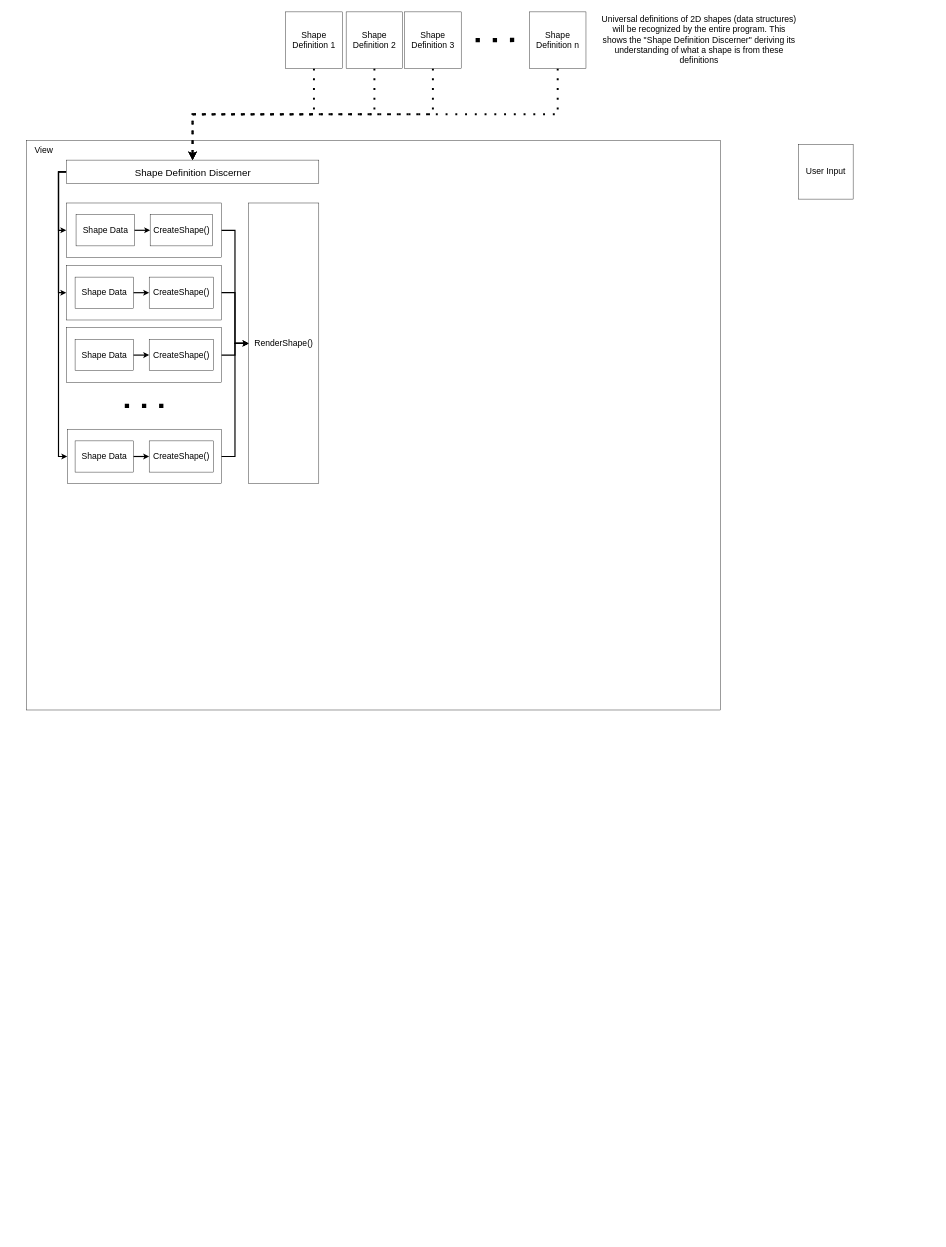
Earlier version of the draw.io diagram documentation/Architectural Diagrams/View Architecture.drawio (Argyraspides/Telos). Source tidied: cells renumbered, new cells numbered last; positions are measured from the earlier drawing's top-left corner, leaving out a move shared by most shapes. Both pictures are drawn from the tidied source at 39%, with x=0, y=0 at pixel (26, 6).
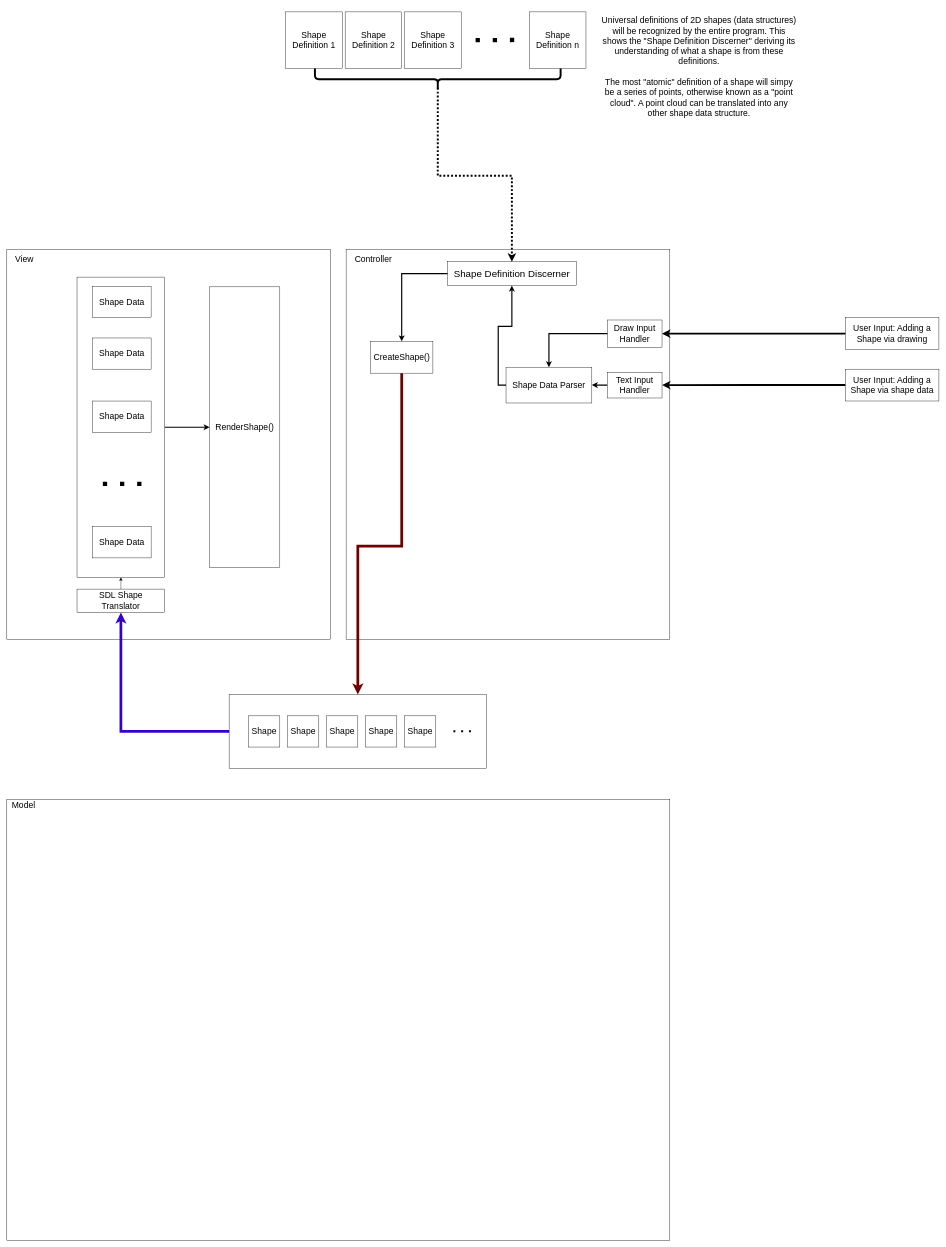
The same diagram, later.

Commit message (it also covers changes not shown here):
Separated view and controller as per architecture

What changed in the source:
```diff
@@
-    <mxCell id="2" style="rounded=0;whiteSpace=wrap;html=1;" parent="1" vertex="1">
-      <mxGeometry y="344" width="1780" height="1460" as="geometry" />
-    </mxCell>
-    <mxCell id="3" style="edgeStyle=orthogonalEdgeStyle;rounded=0;jettySize=auto;html=1;exitX=0.5;exitY=1;exitDx=0;exitDy=0;entryX=0.5;entryY=0;entryDx=0;entryDy=0;strokeWidth=5;dashed=1;dashPattern=1 4;" parent="1" edge="1" source="4" target="16">
-      <mxGeometry relative="1" as="geometry">
-        <Array as="points">
-          <mxPoint x="738" y="277" />
-          <mxPoint x="426" y="277" />
-        </Array>
-      </mxGeometry>
-    </mxCell>
+    <mxCell id="39" value="&lt;span style=&quot;font-size: 22px;&quot;&gt;Universal definitions of 2D shapes (data structures) will be recognized by the entire program. This shows the &quot;Shape Definition Discerner&quot; deriving its understanding of what a shape is from these definitions.&lt;br&gt;&lt;br&gt;The most &quot;atomic&quot; definition of a shape will simpy be a series of points, otherwise known as a &quot;point cloud&quot;. A point cloud can be translated into any other shape data structure.&lt;br&gt;&lt;/span&gt;" style="text;html=1;strokeColor=none;fillColor=none;align=center;verticalAlign=middle;whiteSpace=wrap;rounded=0;" parent="1" vertex="1">
+      <mxGeometry x="1470" y="14" width="510" height="282.5" as="geometry" />
+    </mxCell>
+    <mxCell id="41" style="group;" parent="1" vertex="1">
+      <mxGeometry x="520" y="1764" width="660" height="190" as="geometry" />
+    </mxCell>
+    <mxCell id="42" style="rounded=0;whiteSpace=wrap;html=1;" parent="41" vertex="1">
+      <mxGeometry width="660" height="190" as="geometry" />
+    </mxCell>
+    <mxCell id="43" value="Shape" style="whiteSpace=wrap;html=1;fontSize=22;" parent="41" vertex="1">
+      <mxGeometry x="450" y="55" width="80" height="80" as="geometry" />
+    </mxCell>
+    <mxCell id="44" value="Shape" style="whiteSpace=wrap;html=1;fontSize=22;" parent="41" vertex="1">
+      <mxGeometry x="350" y="55" width="80" height="80" as="geometry" />
+    </mxCell>
+    <mxCell id="45" value="Shape" style="whiteSpace=wrap;html=1;fontSize=22;" parent="41" vertex="1">
+      <mxGeometry x="250" y="55" width="80" height="80" as="geometry" />
+    </mxCell>
+    <mxCell id="46" style="endArrow=none;dashed=1;html=1;dashPattern=1 3;strokeWidth=5;rounded=0;" parent="41" edge="1">
+      <mxGeometry relative="1" as="geometry">
+        <mxPoint x="620" y="94.7" as="sourcePoint" />
+        <mxPoint x="560" y="94.7" as="targetPoint" />
+      </mxGeometry>
+    </mxCell>
+    <mxCell id="47" value="Shape" style="whiteSpace=wrap;html=1;fontSize=22;" parent="41" vertex="1">
+      <mxGeometry x="150" y="55" width="80" height="80" as="geometry" />
+    </mxCell>
+    <mxCell id="48" value="Shape" style="whiteSpace=wrap;html=1;fontSize=22;" parent="41" vertex="1">
+      <mxGeometry x="50" y="55" width="80" height="80" as="geometry" />
+    </mxCell>
+    <mxCell id="49" style="group;" parent="1" vertex="1">
+      <mxGeometry x="-50" y="2034" width="1700" height="1130" as="geometry" />
+    </mxCell>
+    <mxCell id="50" style="rounded=0;whiteSpace=wrap;html=1;" parent="49" vertex="1">
+      <mxGeometry width="1700" height="1130" as="geometry" />
+    </mxCell>
+    <mxCell id="51" value="&lt;font style=&quot;font-size: 22px;&quot;&gt;Model&lt;/font&gt;" style="text;html=1;strokeColor=none;fillColor=none;align=center;verticalAlign=middle;whiteSpace=wrap;rounded=0;" parent="49" vertex="1">
+      <mxGeometry width="86" height="32.8" as="geometry" />
+    </mxCell>
+    <mxCell id="52" style="group;" parent="1" vertex="1">
+      <mxGeometry x="665" y="14" width="770" height="200" as="geometry" />
+    </mxCell>
-    <mxCell id="4" value="&lt;font style=&quot;font-size: 22px;&quot;&gt;Shape Definition 1&lt;/font&gt;" style="whiteSpace=wrap;html=1;" parent="1" vertex="1">
-      <mxGeometry x="665" y="14" width="145" height="145" as="geometry" />
+    <mxCell id="4" value="&lt;font style=&quot;font-size: 22px;&quot;&gt;Shape Definition 1&lt;/font&gt;" style="whiteSpace=wrap;html=1;" parent="52" vertex="1">
+      <mxGeometry width="145" height="145" as="geometry" />
     </mxCell>
-    <mxCell id="5" value="&lt;font style=&quot;font-size: 22px;&quot;&gt;View&lt;/font&gt;" style="text;html=1;strokeColor=none;fillColor=none;align=center;verticalAlign=middle;whiteSpace=wrap;rounded=0;" parent="1" vertex="1">
-      <mxGeometry y="344" width="90" height="50" as="geometry" />
-    </mxCell>
-    <mxCell id="6" style="edgeStyle=orthogonalEdgeStyle;rounded=0;jettySize=auto;html=1;exitX=0.5;exitY=1;exitDx=0;exitDy=0;entryX=0.5;entryY=0;entryDx=0;entryDy=0;strokeWidth=5;dashed=1;dashPattern=1 4;" parent="1" edge="1" source="7" target="16">
-      <mxGeometry relative="1" as="geometry" />
-    </mxCell>
-    <mxCell id="7" value="&lt;font style=&quot;font-size: 22px;&quot;&gt;Shape Definition 2&lt;/font&gt;" style="whiteSpace=wrap;html=1;" parent="1" vertex="1">
-      <mxGeometry x="820" y="14" width="145" height="145" as="geometry" />
+    <mxCell id="7" value="&lt;font style=&quot;font-size: 22px;&quot;&gt;Shape Definition 2&lt;/font&gt;" style="whiteSpace=wrap;html=1;" parent="52" vertex="1">
+      <mxGeometry x="152.5" width="145" height="145" as="geometry" />
     </mxCell>
-    <mxCell id="8" style="edgeStyle=orthogonalEdgeStyle;rounded=0;jettySize=auto;html=1;exitX=0.5;exitY=1;exitDx=0;exitDy=0;entryX=0.5;entryY=0;entryDx=0;entryDy=0;strokeWidth=5;dashed=1;dashPattern=1 4;" parent="1" edge="1" source="9" target="16">
-      <mxGeometry relative="1" as="geometry" />
-    </mxCell>
-    <mxCell id="9" value="&lt;font style=&quot;font-size: 22px;&quot;&gt;Shape Definition 3&lt;/font&gt;" style="whiteSpace=wrap;html=1;" parent="1" vertex="1">
-      <mxGeometry x="970" y="14" width="145" height="145" as="geometry" />
+    <mxCell id="9" value="&lt;font style=&quot;font-size: 22px;&quot;&gt;Shape Definition 3&lt;/font&gt;" style="whiteSpace=wrap;html=1;" parent="52" vertex="1">
+      <mxGeometry x="305" width="145" height="145" as="geometry" />
     </mxCell>
-    <mxCell id="10" style="endArrow=none;dashed=1;html=1;dashPattern=1 3;strokeWidth=11;rounded=0;" parent="1" edge="1">
+    <mxCell id="10" style="endArrow=none;dashed=1;html=1;dashPattern=1 3;strokeWidth=11;rounded=0;" parent="52" edge="1">
       <mxGeometry relative="1" as="geometry">
-        <mxPoint x="1251" y="86" as="sourcePoint" />
-        <mxPoint x="1151" y="86.3" as="targetPoint" />
+        <mxPoint x="586" y="72" as="sourcePoint" />
+        <mxPoint x="486" y="72.3" as="targetPoint" />
       </mxGeometry>
     </mxCell>
-    <mxCell id="11" style="edgeStyle=orthogonalEdgeStyle;rounded=0;jettySize=auto;html=1;exitX=0.5;exitY=1;exitDx=0;exitDy=0;entryX=0.5;entryY=0;entryDx=0;entryDy=0;strokeWidth=5;dashed=1;dashPattern=1 4;" parent="1" edge="1" source="12" target="16">
-      <mxGeometry relative="1" as="geometry" />
-    </mxCell>
-    <mxCell id="12" value="&lt;font style=&quot;font-size: 22px;&quot;&gt;Shape Definition n&lt;/font&gt;" style="whiteSpace=wrap;html=1;" parent="1" vertex="1">
-      <mxGeometry x="1290" y="14" width="145" height="145" as="geometry" />
+    <mxCell id="12" value="&lt;font style=&quot;font-size: 22px;&quot;&gt;Shape Definition n&lt;/font&gt;" style="whiteSpace=wrap;html=1;" parent="52" vertex="1">
+      <mxGeometry x="625" width="145" height="145" as="geometry" />
     </mxCell>
-    <mxCell id="13" style="edgeStyle=orthogonalEdgeStyle;rounded=0;jettySize=auto;html=1;exitX=0;exitY=0.5;exitDx=0;exitDy=0;entryX=0;entryY=0.5;entryDx=0;entryDy=0;strokeWidth=3;" parent="1" edge="1" source="16" target="19">
-      <mxGeometry relative="1" as="geometry" />
-    </mxCell>
-    <mxCell id="14" style="edgeStyle=orthogonalEdgeStyle;rounded=0;jettySize=auto;html=1;exitX=0;exitY=0.5;exitDx=0;exitDy=0;entryX=0;entryY=0.5;entryDx=0;entryDy=0;strokeWidth=3;" parent="1" edge="1" source="16" target="24">
-      <mxGeometry relative="1" as="geometry" />
-    </mxCell>
-    <mxCell id="15" style="edgeStyle=orthogonalEdgeStyle;rounded=0;jettySize=auto;html=1;exitX=0;exitY=0.5;exitDx=0;exitDy=0;entryX=0;entryY=0.5;entryDx=0;entryDy=0;strokeWidth=3;" parent="1" edge="1" source="16" target="34">
-      <mxGeometry relative="1" as="geometry" />
-    </mxCell>
+    <mxCell id="53" style="shape=curlyBracket;whiteSpace=wrap;html=1;rounded=1;flipH=1;labelPosition=right;verticalLabelPosition=middle;align=left;verticalAlign=middle;direction=north;size=0.5;strokeWidth=5;" parent="52" vertex="1">
+      <mxGeometry x="75" y="145" width="630" height="55" as="geometry" />
+    </mxCell>
+    <mxCell id="54" style="rounded=0;whiteSpace=wrap;html=1;" parent="1" vertex="1">
+      <mxGeometry x="820" y="624" width="830" height="1000" as="geometry" />
+    </mxCell>
     <mxCell id="16" value="Shape Definition Discerner" style="rounded=0;whiteSpace=wrap;html=1;fontSize=25;" parent="1" vertex="1">
-      <mxGeometry x="102.5" y="394" width="647.5" height="60" as="geometry" />
+      <mxGeometry x="1080" y="654.6" width="330" height="61.2" as="geometry" />
     </mxCell>
+    <mxCell id="21" value="&lt;font style=&quot;font-size: 22px;&quot;&gt;CreateShape()&lt;/font&gt;" style="rounded=0;whiteSpace=wrap;html=1;" parent="1" vertex="1">
+      <mxGeometry x="882.5" y="858.7" width="160" height="81.6" as="geometry" />
+    </mxCell>
+    <mxCell id="55" style="edgeStyle=orthogonalEdgeStyle;rounded=0;jettySize=auto;html=1;exitX=0;exitY=0.5;exitDx=0;exitDy=0;entryX=0.5;entryY=0;entryDx=0;entryDy=0;strokeWidth=3;" parent="1" edge="1" source="16" target="21">
+      <mxGeometry relative="1" as="geometry" />
+    </mxCell>
+    <mxCell id="56" value="Draw Input&lt;br&gt;Handler" style="rounded=0;whiteSpace=wrap;html=1;fontSize=22;" parent="1" vertex="1">
+      <mxGeometry x="1490" y="804" width="140" height="70" as="geometry" />
+    </mxCell>
+    <mxCell id="57" style="edgeStyle=orthogonalEdgeStyle;rounded=0;jettySize=auto;html=1;exitX=0;exitY=0.5;exitDx=0;exitDy=0;entryX=0.5;entryY=1;entryDx=0;entryDy=0;strokeWidth=3;" parent="1" edge="1" source="58" target="16">
+      <mxGeometry relative="1" as="geometry" />
+    </mxCell>
+    <mxCell id="58" value="Shape Data Parser" style="rounded=0;whiteSpace=wrap;html=1;fontSize=22;" parent="1" vertex="1">
+      <mxGeometry x="1230" y="925" width="220" height="91.8" as="geometry" />
+    </mxCell>
+    <mxCell id="59" style="edgeStyle=orthogonalEdgeStyle;rounded=0;jettySize=auto;html=1;exitX=0;exitY=0.5;exitDx=0;exitDy=0;entryX=0.5;entryY=0;entryDx=0;entryDy=0;strokeWidth=3;" parent="1" edge="1" source="56" target="58">
+      <mxGeometry relative="1" as="geometry" />
+    </mxCell>
+    <mxCell id="60" value="User Input: Adding a Shape via drawing" style="rounded=0;whiteSpace=wrap;html=1;fontSize=22;" parent="1" vertex="1">
+      <mxGeometry x="2100" y="798.2" width="240" height="81.6" as="geometry" />
+    </mxCell>
+    <mxCell id="61" style="edgeStyle=orthogonalEdgeStyle;rounded=0;jettySize=auto;html=1;exitX=0;exitY=0.5;exitDx=0;exitDy=0;entryX=1;entryY=0.5;entryDx=0;entryDy=0;strokeWidth=5;" parent="1" edge="1" source="60" target="56">
+      <mxGeometry relative="1" as="geometry" />
+    </mxCell>
+    <mxCell id="62" value="User Input: Adding a Shape via shape data" style="rounded=0;whiteSpace=wrap;html=1;fontSize=22;" parent="1" vertex="1">
+      <mxGeometry x="2100" y="930.1" width="240" height="81.6" as="geometry" />
+    </mxCell>
+    <mxCell id="63" style="edgeStyle=orthogonalEdgeStyle;rounded=0;jettySize=auto;html=1;exitX=0;exitY=0.5;exitDx=0;exitDy=0;entryX=1;entryY=0.5;entryDx=0;entryDy=0;strokeWidth=3;" parent="1" edge="1" source="64" target="58">
+      <mxGeometry relative="1" as="geometry" />
+    </mxCell>
+    <mxCell id="64" value="Text Input&lt;br&gt;Handler" style="rounded=0;whiteSpace=wrap;html=1;fontSize=22;" parent="1" vertex="1">
+      <mxGeometry x="1490" y="937.9" width="140" height="66.1" as="geometry" />
+    </mxCell>
+    <mxCell id="65" style="edgeStyle=orthogonalEdgeStyle;rounded=0;jettySize=auto;html=1;exitX=0;exitY=0.5;exitDx=0;exitDy=0;entryX=1;entryY=0.5;entryDx=0;entryDy=0;strokeWidth=5;" parent="1" edge="1" source="62" target="64">
+      <mxGeometry relative="1" as="geometry" />
+    </mxCell>
+    <mxCell id="66" value="&lt;font style=&quot;font-size: 22px;&quot;&gt;Controller&lt;/font&gt;" style="text;html=1;strokeColor=none;fillColor=none;align=center;verticalAlign=middle;whiteSpace=wrap;rounded=0;" parent="1" vertex="1">
+      <mxGeometry x="820" y="624" width="140" height="51" as="geometry" />
+    </mxCell>
+    <mxCell id="67" style="edgeStyle=orthogonalEdgeStyle;rounded=0;jettySize=auto;html=1;exitX=0.5;exitY=1;exitDx=0;exitDy=0;entryX=0.5;entryY=0;entryDx=0;entryDy=0;fillColor=#a20025;strokeColor=#6F0000;strokeWidth=7;" parent="1" edge="1" source="21" target="42">
+      <mxGeometry relative="1" as="geometry">
+        <Array as="points">
+          <mxPoint x="963" y="1384" />
+          <mxPoint x="850" y="1384" />
+          <mxPoint x="850" y="1754" />
+        </Array>
+      </mxGeometry>
+    </mxCell>
+    <mxCell id="68" style="edgeStyle=orthogonalEdgeStyle;rounded=0;jettySize=auto;html=1;entryX=0.5;entryY=0;entryDx=0;entryDy=0;strokeWidth=5;dashed=1;dashPattern=1 1;exitX=0.1;exitY=0.5;exitDx=0;exitDy=0;exitPerimeter=0;" parent="1" edge="1" source="53" target="16">
+      <mxGeometry relative="1" as="geometry" />
+    </mxCell>
+    <mxCell id="2" style="rounded=0;whiteSpace=wrap;html=1;" parent="1" vertex="1">
+      <mxGeometry x="-50" y="624" width="830" height="1000" as="geometry" />
+    </mxCell>
+    <mxCell id="5" value="&lt;font style=&quot;font-size: 22px;&quot;&gt;View&lt;/font&gt;" style="text;html=1;strokeColor=none;fillColor=none;align=center;verticalAlign=middle;whiteSpace=wrap;rounded=0;" parent="1" vertex="1">
+      <mxGeometry x="-50" y="624" width="90" height="50" as="geometry" />
+    </mxCell>
+    <mxCell id="38" value="&lt;font style=&quot;font-size: 22px;&quot;&gt;RenderShape()&lt;/font&gt;" style="rounded=0;whiteSpace=wrap;html=1;" parent="1" vertex="1">
+      <mxGeometry x="470" y="719" width="180" height="720" as="geometry" />
+    </mxCell>
+    <mxCell id="69" style="edgeStyle=orthogonalEdgeStyle;rounded=0;jettySize=auto;html=1;exitX=1;exitY=0.5;exitDx=0;exitDy=0;entryX=0;entryY=0.5;entryDx=0;entryDy=0;strokeWidth=3;" parent="1" edge="1" source="70" target="38">
+      <mxGeometry relative="1" as="geometry" />
+    </mxCell>
+    <mxCell id="70" style="rounded=0;whiteSpace=wrap;html=1;" parent="1" vertex="1">
+      <mxGeometry x="130" y="694" width="225" height="770" as="geometry" />
+    </mxCell>
     <mxCell id="17" style="endArrow=none;dashed=1;html=1;dashPattern=1 3;strokeWidth=11;rounded=0;" parent="1" edge="1">
       <mxGeometry relative="1" as="geometry">
-        <mxPoint x="351.5" y="1024" as="sourcePoint" />
-        <mxPoint x="251" y="1024.3" as="targetPoint" />
+        <mxPoint x="295.2" y="1224" as="sourcePoint" />
+        <mxPoint x="194.8" y="1224.3" as="targetPoint" />
       </mxGeometry>
     </mxCell>
-    <mxCell id="18" style="edgeStyle=orthogonalEdgeStyle;rounded=0;jettySize=auto;html=1;exitX=1;exitY=0.5;exitDx=0;exitDy=0;entryX=0;entryY=0.5;entryDx=0;entryDy=0;strokeWidth=3;" parent="1" edge="1" source="19" target="38">
-      <mxGeometry relative="1" as="geometry" />
-    </mxCell>
-    <mxCell id="19" style="rounded=0;whiteSpace=wrap;html=1;" parent="1" vertex="1">
-      <mxGeometry x="102.5" y="504" width="397.5" height="140" as="geometry" />
-    </mxCell>
     <mxCell id="20" value="&lt;font style=&quot;font-size: 22px;&quot;&gt;Shape Data&lt;/font&gt;" style="rounded=0;whiteSpace=wrap;html=1;" parent="1" vertex="1">
-      <mxGeometry x="127.5" y="534" width="150" height="80" as="geometry" />
+      <mxGeometry x="170" y="718.2" width="150" height="80" as="geometry" />
     </mxCell>
-    <mxCell id="21" value="&lt;font style=&quot;font-size: 22px;&quot;&gt;CreateShape()&lt;/font&gt;" style="rounded=0;whiteSpace=wrap;html=1;" parent="1" vertex="1">
-      <mxGeometry x="317.5" y="534" width="160" height="80" as="geometry" />
-    </mxCell>
-    <mxCell id="22" style="edgeStyle=orthogonalEdgeStyle;rounded=0;jettySize=auto;html=1;exitX=1;exitY=0.5;exitDx=0;exitDy=0;strokeWidth=3;" parent="1" edge="1" source="20" target="21">
-      <mxGeometry relative="1" as="geometry" />
-    </mxCell>
-    <mxCell id="23" style="edgeStyle=orthogonalEdgeStyle;rounded=0;jettySize=auto;html=1;exitX=1;exitY=0.5;exitDx=0;exitDy=0;entryX=0;entryY=0.5;entryDx=0;entryDy=0;strokeWidth=3;" parent="1" edge="1" source="24" target="38">
-      <mxGeometry relative="1" as="geometry" />
-    </mxCell>
-    <mxCell id="24" style="rounded=0;whiteSpace=wrap;html=1;" parent="1" vertex="1">
-      <mxGeometry x="102.5" y="664" width="397.5" height="140" as="geometry" />
-    </mxCell>
     <mxCell id="25" value="&lt;font style=&quot;font-size: 22px;&quot;&gt;Shape Data&lt;/font&gt;" style="rounded=0;whiteSpace=wrap;html=1;" parent="1" vertex="1">
-      <mxGeometry x="125" y="694" width="150" height="80" as="geometry" />
+      <mxGeometry x="170" y="850.1" width="150" height="80" as="geometry" />
     </mxCell>
-    <mxCell id="26" value="&lt;font style=&quot;font-size: 22px;&quot;&gt;CreateShape()&lt;/font&gt;" style="rounded=0;whiteSpace=wrap;html=1;" parent="1" vertex="1">
-      <mxGeometry x="315" y="694" width="165" height="80" as="geometry" />
-    </mxCell>
-    <mxCell id="27" style="edgeStyle=orthogonalEdgeStyle;rounded=0;jettySize=auto;html=1;exitX=1;exitY=0.5;exitDx=0;exitDy=0;strokeWidth=3;" parent="1" edge="1" source="25" target="26">
-      <mxGeometry relative="1" as="geometry" />
-    </mxCell>
-    <mxCell id="28" style="edgeStyle=orthogonalEdgeStyle;rounded=0;jettySize=auto;html=1;exitX=1;exitY=0.5;exitDx=0;exitDy=0;entryX=0;entryY=0.5;entryDx=0;entryDy=0;strokeWidth=3;" parent="1" edge="1" source="29" target="38">
-      <mxGeometry relative="1" as="geometry" />
-    </mxCell>
-    <mxCell id="29" style="rounded=0;whiteSpace=wrap;html=1;" parent="1" vertex="1">
-      <mxGeometry x="102.5" y="824" width="397.5" height="140" as="geometry" />
-    </mxCell>
     <mxCell id="30" value="&lt;font style=&quot;font-size: 22px;&quot;&gt;Shape Data&lt;/font&gt;" style="rounded=0;whiteSpace=wrap;html=1;" parent="1" vertex="1">
-      <mxGeometry x="125" y="854" width="150" height="80" as="geometry" />
+      <mxGeometry x="170" y="1011.8" width="150" height="80" as="geometry" />
     </mxCell>
-    <mxCell id="31" value="&lt;font style=&quot;font-size: 22px;&quot;&gt;CreateShape()&lt;/font&gt;" style="rounded=0;whiteSpace=wrap;html=1;" parent="1" vertex="1">
-      <mxGeometry x="315" y="854" width="165" height="80" as="geometry" />
-    </mxCell>
-    <mxCell id="32" style="edgeStyle=orthogonalEdgeStyle;rounded=0;jettySize=auto;html=1;exitX=1;exitY=0.5;exitDx=0;exitDy=0;strokeWidth=3;" parent="1" edge="1" source="30" target="31">
-      <mxGeometry relative="1" as="geometry" />
-    </mxCell>
-    <mxCell id="33" style="edgeStyle=orthogonalEdgeStyle;rounded=0;jettySize=auto;html=1;exitX=1;exitY=0.5;exitDx=0;exitDy=0;entryX=0;entryY=0.5;entryDx=0;entryDy=0;strokeWidth=3;" parent="1" edge="1" source="34" target="38">
-      <mxGeometry relative="1" as="geometry" />
-    </mxCell>
-    <mxCell id="34" style="rounded=0;whiteSpace=wrap;html=1;" parent="1" vertex="1">
-      <mxGeometry x="105" y="1084" width="395" height="140" as="geometry" />
-    </mxCell>
     <mxCell id="35" value="&lt;font style=&quot;font-size: 22px;&quot;&gt;Shape Data&lt;/font&gt;" style="rounded=0;whiteSpace=wrap;html=1;" parent="1" vertex="1">
-      <mxGeometry x="125" y="1114" width="150" height="80" as="geometry" />
+      <mxGeometry x="170" y="1334" width="150" height="80" as="geometry" />
     </mxCell>
-    <mxCell id="36" value="&lt;font style=&quot;font-size: 22px;&quot;&gt;CreateShape()&lt;/font&gt;" style="rounded=0;whiteSpace=wrap;html=1;" parent="1" vertex="1">
-      <mxGeometry x="315" y="1114" width="165" height="80" as="geometry" />
-    </mxCell>
-    <mxCell id="37" style="edgeStyle=orthogonalEdgeStyle;rounded=0;jettySize=auto;html=1;exitX=1;exitY=0.5;exitDx=0;exitDy=0;strokeWidth=3;" parent="1" edge="1" source="35" target="36">
-      <mxGeometry relative="1" as="geometry" />
-    </mxCell>
-    <mxCell id="38" value="&lt;font style=&quot;font-size: 22px;&quot;&gt;RenderShape()&lt;/font&gt;" style="rounded=0;whiteSpace=wrap;html=1;" parent="1" vertex="1">
-      <mxGeometry x="570" y="504" width="180" height="720" as="geometry" />
-    </mxCell>
-    <mxCell id="39" value="&lt;span style=&quot;font-size: 22px;&quot;&gt;Universal definitions of 2D shapes (data structures) will be recognized by the entire program. This shows the &quot;Shape Definition Discerner&quot; deriving its understanding of what a shape is from these definitions&lt;/span&gt;" style="text;html=1;strokeColor=none;fillColor=none;align=center;verticalAlign=middle;whiteSpace=wrap;rounded=0;" parent="1" vertex="1">
-      <mxGeometry x="1470" y="0.2" width="510" height="172.5" as="geometry" />
-    </mxCell>
-    <mxCell id="40" value="&lt;font style=&quot;font-size: 22px;&quot;&gt;User Input&lt;br&gt;&lt;/font&gt;" style="whiteSpace=wrap;html=1;" parent="1" vertex="1">
-      <mxGeometry x="1980" y="354" width="140" height="140" as="geometry" />
-    </mxCell>
+    <mxCell id="71" style="edgeStyle=orthogonalEdgeStyle;rounded=0;jettySize=auto;html=1;exitX=0.5;exitY=0;exitDx=0;exitDy=0;entryX=0.5;entryY=1;entryDx=0;entryDy=0;" parent="1" edge="1" source="72" target="70">
+      <mxGeometry relative="1" as="geometry" />
+    </mxCell>
+    <mxCell id="72" value="SDL Shape&lt;br&gt;Translator" style="rounded=0;whiteSpace=wrap;html=1;fontSize=22;" parent="1" vertex="1">
+      <mxGeometry x="130" y="1494" width="225" height="60" as="geometry" />
+    </mxCell>
+    <mxCell id="73" style="edgeStyle=orthogonalEdgeStyle;rounded=0;jettySize=auto;html=1;exitX=0;exitY=0.5;exitDx=0;exitDy=0;entryX=0.5;entryY=1;entryDx=0;entryDy=0;fillColor=#6a00ff;strokeColor=#3700CC;strokeWidth=7;" parent="1" edge="1" source="42" target="72">
+      <mxGeometry relative="1" as="geometry" />
+    </mxCell>
```
